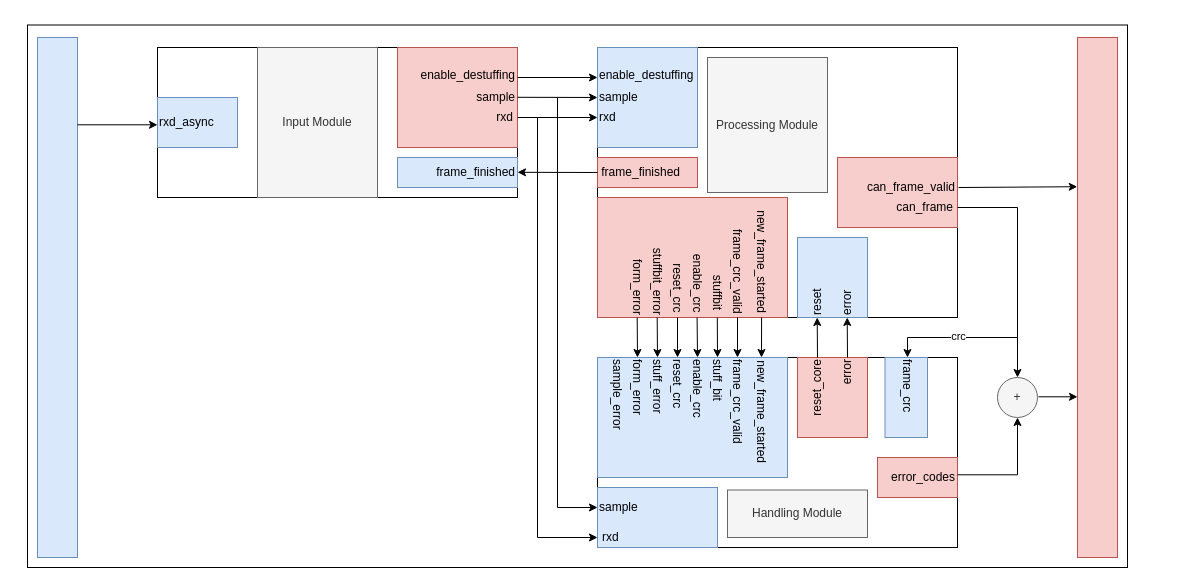
Above: content/functional_description/CAN_Core/drawio/CAN__Core_Overview.drawio in YellowPirat/documentation (draw.io), before the change. Source tidied: cells renumbered, new cells numbered last; positions are measured from the earlier drawing's top-left corner, leaving out a move shared by most shapes. Both pictures are drawn from the tidied source at 100%, with x=0, y=0 at pixel (27, 25).
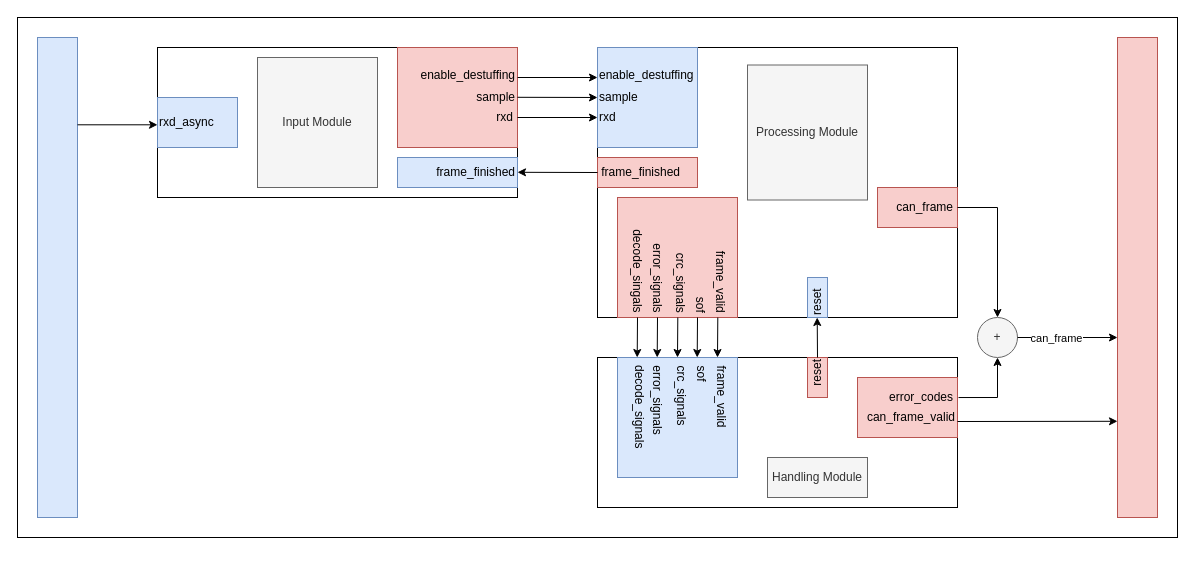
The same page after the edit.

What changed in the source:
```diff
@@
     <mxCell id="2" style="rounded=0;whiteSpace=wrap;html=1;" parent="1" vertex="1">
-      <mxGeometry y="-0.5" width="1100" height="542.5" as="geometry" />
+      <mxGeometry x="-10" y="-8" width="1160" height="520" as="geometry" />
     </mxCell>
     <mxCell id="3" style="rounded=0;whiteSpace=wrap;html=1;" parent="1" vertex="1">
-      <mxGeometry x="570" y="332" width="360" height="190" as="geometry" />
+      <mxGeometry x="570" y="332" width="360" height="150" as="geometry" />
     </mxCell>
     <mxCell id="4" style="rounded=0;whiteSpace=wrap;html=1;fillColor=#dae8fc;strokeColor=#6c8ebf;" parent="1" vertex="1">
-      <mxGeometry x="570" y="332" width="190" height="120" as="geometry" />
+      <mxGeometry x="590" y="332" width="120" height="120" as="geometry" />
     </mxCell>
@@
     <mxCell id="14" value="Input Module" style="rounded=0;whiteSpace=wrap;html=1;fillColor=#f5f5f5;fontColor=#333333;strokeColor=#666666;" parent="1" vertex="1">
-      <mxGeometry x="230" y="22" width="120" height="150" as="geometry" />
+      <mxGeometry x="230" y="32" width="120" height="130" as="geometry" />
     </mxCell>
@@
     <mxCell id="16" value="Processing Module" style="rounded=0;whiteSpace=wrap;html=1;fillColor=#f5f5f5;fontColor=#333333;strokeColor=#666666;" parent="1" vertex="1">
-      <mxGeometry x="680" y="32" width="120" height="135" as="geometry" />
+      <mxGeometry x="720" y="39.5" width="120" height="135" as="geometry" />
     </mxCell>
     <mxCell id="17" style="rounded=0;whiteSpace=wrap;html=1;fillColor=#f8cecc;strokeColor=#b85450;" parent="1" vertex="1">
-      <mxGeometry x="810" y="132" width="120" height="70" as="geometry" />
+      <mxGeometry x="850" y="162" width="80" height="40" as="geometry" />
     </mxCell>
@@
-    <mxCell id="19" value="can_frame_valid" style="text;strokeColor=none;align=right;fillColor=none;html=1;verticalAlign=middle;whiteSpace=wrap;rounded=0;" parent="1" vertex="1">
-      <mxGeometry x="815" y="152" width="115" height="20" as="geometry" />
-    </mxCell>
-    <mxCell id="20" style="rounded=0;whiteSpace=wrap;html=1;fillColor=#dae8fc;strokeColor=#6c8ebf;" parent="1" vertex="1">
-      <mxGeometry x="570" y="462" width="120" height="60" as="geometry" />
-    </mxCell>
-    <mxCell id="21" value="rxd" style="text;strokeColor=none;align=left;fillColor=none;html=1;verticalAlign=middle;whiteSpace=wrap;rounded=0;" parent="1" vertex="1">
-      <mxGeometry x="572.5" y="502" width="40" height="20" as="geometry" />
-    </mxCell>
     <mxCell id="22" value="Handling Module" style="rounded=0;whiteSpace=wrap;html=1;fillColor=#f5f5f5;fontColor=#333333;strokeColor=#666666;" parent="1" vertex="1">
-      <mxGeometry x="700" y="464.5" width="140" height="47.5" as="geometry" />
+      <mxGeometry x="740" y="432" width="100" height="40" as="geometry" />
     </mxCell>
     <mxCell id="23" style="rounded=0;whiteSpace=wrap;html=1;fillColor=#f8cecc;strokeColor=#b85450;" parent="1" vertex="1">
-      <mxGeometry x="850" y="432" width="80" height="40" as="geometry" />
+      <mxGeometry x="830" y="352" width="100" height="60" as="geometry" />
     </mxCell>
     <mxCell id="24" value="error_codes" style="text;strokeColor=none;align=right;fillColor=none;html=1;verticalAlign=middle;whiteSpace=wrap;rounded=0;" parent="1" vertex="1">
-      <mxGeometry x="850" y="442" width="80" height="20" as="geometry" />
+      <mxGeometry x="847.5" y="362" width="80" height="20" as="geometry" />
     </mxCell>
-    <mxCell id="25" value="sample" style="text;strokeColor=none;align=left;fillColor=none;html=1;verticalAlign=middle;whiteSpace=wrap;rounded=0;" parent="1" vertex="1">
-      <mxGeometry x="570" y="472" width="40" height="20" as="geometry" />
-    </mxCell>
-    <mxCell id="26" value="stuff_error" style="text;strokeColor=none;align=left;fillColor=none;html=1;verticalAlign=middle;whiteSpace=wrap;rounded=0;rotation=90;" parent="1" vertex="1">
-      <mxGeometry x="590" y="362" width="80" height="20" as="geometry" />
-    </mxCell>
-    <mxCell id="27" value="form_error" style="text;strokeColor=none;align=left;fillColor=none;html=1;verticalAlign=middle;whiteSpace=wrap;rounded=0;rotation=90;" parent="1" vertex="1">
-      <mxGeometry x="570" y="362" width="80" height="20" as="geometry" />
-    </mxCell>
-    <mxCell id="28" value="sample_error" style="text;strokeColor=none;align=left;fillColor=none;html=1;verticalAlign=middle;whiteSpace=wrap;rounded=0;rotation=90;" parent="1" vertex="1">
-      <mxGeometry x="550" y="362" width="80" height="20" as="geometry" />
-    </mxCell>
-    <mxCell id="29" value="reset_crc" style="text;strokeColor=none;align=left;fillColor=none;html=1;verticalAlign=middle;whiteSpace=wrap;rounded=0;rotation=90;" parent="1" vertex="1">
-      <mxGeometry x="610" y="362" width="80" height="20" as="geometry" />
-    </mxCell>
-    <mxCell id="30" value="enable_crc" style="text;strokeColor=none;align=left;fillColor=none;html=1;verticalAlign=middle;whiteSpace=wrap;rounded=0;rotation=90;" parent="1" vertex="1">
-      <mxGeometry x="630" y="362" width="80" height="20" as="geometry" />
-    </mxCell>
-    <mxCell id="31" value="frame_crc_valid" style="text;strokeColor=none;align=left;fillColor=none;html=1;verticalAlign=middle;whiteSpace=wrap;rounded=0;rotation=90;" parent="1" vertex="1">
-      <mxGeometry x="670" y="362" width="80" height="20" as="geometry" />
-    </mxCell>
-    <mxCell id="32" value="stuff_bit" style="text;strokeColor=none;align=left;fillColor=none;html=1;verticalAlign=middle;whiteSpace=wrap;rounded=0;rotation=90;" parent="1" vertex="1">
-      <mxGeometry x="650" y="362" width="80" height="20" as="geometry" />
-    </mxCell>
@@
     <mxCell id="40" style="rounded=0;whiteSpace=wrap;html=1;fillColor=#f8cecc;strokeColor=#b85450;" parent="1" vertex="1">
-      <mxGeometry x="570" y="172" width="190" height="120" as="geometry" />
+      <mxGeometry x="590" y="172" width="120" height="120" as="geometry" />
     </mxCell>
-    <mxCell id="41" value="form_error" style="text;strokeColor=none;align=right;fillColor=none;html=1;verticalAlign=middle;whiteSpace=wrap;rounded=0;rotation=90;" parent="1" vertex="1">
-      <mxGeometry x="570" y="242" width="80" height="20" as="geometry" />
-    </mxCell>
-    <mxCell id="42" style="endArrow=classic;html=1;rounded=0;" parent="1" edge="1">
-      <mxGeometry relative="1" as="geometry">
-        <mxPoint x="609.7" y="292" as="sourcePoint" />
-        <mxPoint x="610" y="332" as="targetPoint" />
-      </mxGeometry>
-    </mxCell>
-    <mxCell id="43" value="stuffbit_error" style="text;strokeColor=none;align=right;fillColor=none;html=1;verticalAlign=middle;whiteSpace=wrap;rounded=0;rotation=90;" parent="1" vertex="1">
-      <mxGeometry x="590" y="242" width="80" height="20" as="geometry" />
-    </mxCell>
-    <mxCell id="44" style="endArrow=classic;html=1;rounded=0;" parent="1" edge="1">
-      <mxGeometry relative="1" as="geometry">
-        <mxPoint x="629.7" y="292" as="sourcePoint" />
-        <mxPoint x="630" y="332" as="targetPoint" />
-      </mxGeometry>
-    </mxCell>
-    <mxCell id="45" value="reset_crc" style="text;strokeColor=none;align=right;fillColor=none;html=1;verticalAlign=middle;whiteSpace=wrap;rounded=0;rotation=90;" parent="1" vertex="1">
-      <mxGeometry x="592.5" y="222" width="115" height="20" as="geometry" />
-    </mxCell>
-    <mxCell id="46" style="endArrow=classic;html=1;rounded=0;" parent="1" edge="1">
-      <mxGeometry relative="1" as="geometry">
-        <mxPoint x="650" y="292" as="sourcePoint" />
-        <mxPoint x="650" y="332" as="targetPoint" />
-      </mxGeometry>
-    </mxCell>
-    <mxCell id="47" value="enable_crc" style="text;strokeColor=none;align=right;fillColor=none;html=1;verticalAlign=middle;whiteSpace=wrap;rounded=0;rotation=90;" parent="1" vertex="1">
-      <mxGeometry x="612.5" y="222" width="115" height="20" as="geometry" />
-    </mxCell>
-    <mxCell id="48" style="endArrow=classic;html=1;rounded=0;" parent="1" edge="1">
-      <mxGeometry relative="1" as="geometry">
-        <mxPoint x="669.6" y="292" as="sourcePoint" />
-        <mxPoint x="670" y="332" as="targetPoint" />
-      </mxGeometry>
-    </mxCell>
     <mxCell id="49" value="+" style="ellipse;whiteSpace=wrap;html=1;fillColor=#f5f5f5;fontColor=#333333;strokeColor=#666666;" parent="1" vertex="1">
-      <mxGeometry x="970" y="352" width="40" height="40" as="geometry" />
+      <mxGeometry x="950" y="292" width="40" height="40" as="geometry" />
     </mxCell>
-    <mxCell id="50" value="stuffbit" style="text;strokeColor=none;align=right;fillColor=none;html=1;verticalAlign=middle;whiteSpace=wrap;rounded=0;rotation=90;" parent="1" vertex="1">
-      <mxGeometry x="665" y="252" width="50" height="20" as="geometry" />
-    </mxCell>
-    <mxCell id="51" style="endArrow=classic;html=1;rounded=0;" parent="1" edge="1">
-      <mxGeometry relative="1" as="geometry">
-        <mxPoint x="689.8" y="292" as="sourcePoint" />
-        <mxPoint x="690" y="332" as="targetPoint" />
-      </mxGeometry>
-    </mxCell>
     <mxCell id="52" style="rounded=0;whiteSpace=wrap;html=1;fillColor=#f8cecc;strokeColor=#b85450;" parent="1" vertex="1">
-      <mxGeometry x="770" y="332" width="70" height="80" as="geometry" />
+      <mxGeometry x="780" y="332" width="20" height="40" as="geometry" />
     </mxCell>
-    <mxCell id="53" value="reset_core" style="text;strokeColor=none;align=right;fillColor=none;html=1;verticalAlign=middle;whiteSpace=wrap;rounded=0;rotation=-90;" parent="1" vertex="1">
-      <mxGeometry x="750" y="362" width="80" height="20" as="geometry" />
+    <mxCell id="53" value="reset" style="text;strokeColor=none;align=right;fillColor=none;html=1;verticalAlign=middle;whiteSpace=wrap;rounded=0;rotation=-90;" parent="1" vertex="1">
+      <mxGeometry x="770" y="342" width="40" height="20" as="geometry" />
     </mxCell>
     <mxCell id="54" style="rounded=0;whiteSpace=wrap;html=1;fillColor=#dae8fc;strokeColor=#6c8ebf;" parent="1" vertex="1">
-      <mxGeometry x="770" y="212" width="70" height="80" as="geometry" />
+      <mxGeometry x="780" y="252" width="20" height="40" as="geometry" />
     </mxCell>
@@
-    <mxCell id="57" value="error" style="text;strokeColor=none;align=right;fillColor=none;html=1;verticalAlign=middle;whiteSpace=wrap;rounded=0;rotation=-90;" parent="1" vertex="1">
-      <mxGeometry x="780" y="362" width="80" height="20" as="geometry" />
-    </mxCell>
-    <mxCell id="58" style="endArrow=classic;html=1;rounded=0;" parent="1" edge="1">
-      <mxGeometry relative="1" as="geometry">
-        <mxPoint x="820" y="332" as="sourcePoint" />
-        <mxPoint x="819.7" y="292" as="targetPoint" />
-      </mxGeometry>
-    </mxCell>
-    <mxCell id="59" value="error" style="text;strokeColor=none;align=left;fillColor=none;html=1;verticalAlign=middle;whiteSpace=wrap;rounded=0;rotation=-90;" parent="1" vertex="1">
-      <mxGeometry x="780" y="242" width="80" height="20" as="geometry" />
-    </mxCell>
-    <mxCell id="60" value="frame_crc_valid" style="text;strokeColor=none;align=left;fillColor=none;html=1;verticalAlign=middle;whiteSpace=wrap;rounded=0;rotation=90;" parent="1" vertex="1">
-      <mxGeometry x="670" y="232" width="80" height="20" as="geometry" />
-    </mxCell>
-    <mxCell id="61" style="endArrow=classic;html=1;rounded=0;" parent="1" edge="1">
-      <mxGeometry relative="1" as="geometry">
-        <mxPoint x="710" y="292" as="sourcePoint" />
-        <mxPoint x="710" y="332" as="targetPoint" />
-      </mxGeometry>
-    </mxCell>
-    <mxCell id="62" value="new_frame_started" style="text;strokeColor=none;align=right;fillColor=none;html=1;verticalAlign=middle;whiteSpace=wrap;rounded=0;rotation=90;" parent="1" vertex="1">
-      <mxGeometry x="677" y="222" width="115" height="20" as="geometry" />
-    </mxCell>
-    <mxCell id="63" value="new_frame_started" style="text;strokeColor=none;align=right;fillColor=none;html=1;verticalAlign=middle;whiteSpace=wrap;rounded=0;rotation=90;" parent="1" vertex="1">
-      <mxGeometry x="677" y="372" width="115" height="20" as="geometry" />
+    <mxCell id="63" value="decode_singals" style="text;strokeColor=none;align=right;fillColor=none;html=1;verticalAlign=middle;whiteSpace=wrap;rounded=0;rotation=90;" parent="1" vertex="1">
+      <mxGeometry x="566.2" y="235.8" width="87.5" height="20" as="geometry" />
     </mxCell>
-    <mxCell id="64" style="endArrow=classic;html=1;rounded=0;" parent="1" edge="1">
-      <mxGeometry relative="1" as="geometry">
-        <mxPoint x="734.1" y="292" as="sourcePoint" />
-        <mxPoint x="734" y="332" as="targetPoint" />
-      </mxGeometry>
-    </mxCell>
     <mxCell id="65" style="endArrow=classic;html=1;rounded=0;entryX=0.5;entryY=0;entryDx=0;entryDy=0;" parent="1" edge="1" target="49">
       <mxGeometry relative="1" as="geometry">
         <mxPoint x="930" y="182" as="sourcePoint" />
         <Array as="points">
-          <mxPoint x="990" y="182" />
+          <mxPoint x="970" y="182" />
         </Array>
       </mxGeometry>
     </mxCell>
-    <mxCell id="66" style="endArrow=classic;html=1;rounded=0;exitX=1;exitY=0.5;exitDx=0;exitDy=0;entryX=0.5;entryY=1;entryDx=0;entryDy=0;" parent="1" edge="1" target="49">
+    <mxCell id="66" style="endArrow=classic;html=1;rounded=0;exitX=1.01;exitY=0.334;exitDx=0;exitDy=0;entryX=0.5;entryY=1;entryDx=0;entryDy=0;exitPerimeter=0;" parent="1" edge="1" source="23" target="49">
       <mxGeometry relative="1" as="geometry">
-        <mxPoint x="930" y="449.3" as="sourcePoint" />
         <Array as="points">
-          <mxPoint x="990" y="449.3" />
+          <mxPoint x="970" y="372" />
         </Array>
       </mxGeometry>
     </mxCell>
-    <mxCell id="67" style="rounded=0;whiteSpace=wrap;html=1;fillColor=#dae8fc;strokeColor=#6c8ebf;" parent="1" vertex="1">
-      <mxGeometry x="857.5" y="332" width="42.5" height="80" as="geometry" />
-    </mxCell>
-    <mxCell id="68" value="frame_crc" style="text;strokeColor=none;align=left;fillColor=none;html=1;verticalAlign=middle;whiteSpace=wrap;rounded=0;rotation=90;" parent="1" vertex="1">
-      <mxGeometry x="840" y="362" width="80" height="20" as="geometry" />
-    </mxCell>
-    <mxCell id="69" style="endArrow=classic;html=1;rounded=0;entryX=0;entryY=0.5;entryDx=0;entryDy=0;" parent="1" edge="1" target="68">
-      <mxGeometry relative="1" as="geometry">
-        <mxPoint x="990" y="312" as="sourcePoint" />
-        <Array as="points">
-          <mxPoint x="880" y="312" />
-        </Array>
-      </mxGeometry>
-    </mxCell>
-    <mxCell id="70" value="crc" style="edgeLabel;html=1;align=center;verticalAlign=middle;" parent="69" vertex="1">
-      <mxGeometry x="-0.08" y="-2" relative="1" as="geometry" />
-    </mxCell>
@@
-    <mxCell id="74" style="endArrow=classic;html=1;rounded=0;" parent="1" edge="1">
-      <mxGeometry relative="1" as="geometry">
-        <mxPoint x="530" y="72" as="sourcePoint" />
-        <mxPoint x="570" y="482" as="targetPoint" />
-        <Array as="points">
-          <mxPoint x="530" y="482" />
-        </Array>
-      </mxGeometry>
-    </mxCell>
-    <mxCell id="75" style="endArrow=classic;html=1;rounded=0;" parent="1" edge="1">
-      <mxGeometry relative="1" as="geometry">
-        <mxPoint x="510" y="92" as="sourcePoint" />
-        <mxPoint x="570" y="512" as="targetPoint" />
-        <Array as="points">
-          <mxPoint x="510" y="512" />
-        </Array>
-      </mxGeometry>
-    </mxCell>
     <mxCell id="76" style="rounded=0;whiteSpace=wrap;html=1;fillColor=#dae8fc;strokeColor=#6c8ebf;" parent="1" vertex="1">
-      <mxGeometry x="10" y="12" width="40" height="520" as="geometry" />
+      <mxGeometry x="10" y="12" width="40" height="480" as="geometry" />
     </mxCell>
-    <mxCell id="77" style="rounded=0;whiteSpace=wrap;html=1;fillColor=#f8cecc;strokeColor=#b85450;" parent="1" vertex="1">
-      <mxGeometry x="1050" y="12" width="40" height="520" as="geometry" />
-    </mxCell>
@@
-    <mxCell id="79" style="endArrow=classic;html=1;rounded=0;" parent="1" edge="1">
+    <mxCell id="79" style="endArrow=classic;html=1;rounded=0;entryX=0;entryY=0.738;entryDx=0;entryDy=0;entryPerimeter=0;" parent="1" edge="1">
       <mxGeometry relative="1" as="geometry">
-        <mxPoint x="1011" y="371.3" as="sourcePoint" />
-        <mxPoint x="1050" y="371.3" as="targetPoint" />
+        <mxPoint x="930" y="396" as="sourcePoint" />
+        <mxPoint x="1090" y="395.8" as="targetPoint" />
       </mxGeometry>
     </mxCell>
-    <mxCell id="80" style="endArrow=classic;html=1;rounded=0;entryX=-0.006;entryY=0.287;entryDx=0;entryDy=0;entryPerimeter=0;" parent="1" edge="1" target="77">
-      <mxGeometry relative="1" as="geometry">
-        <mxPoint x="931" y="162" as="sourcePoint" />
-      </mxGeometry>
-    </mxCell>
+    <mxCell id="81" value="error_signals" style="text;strokeColor=none;align=right;fillColor=none;html=1;verticalAlign=middle;whiteSpace=wrap;rounded=0;rotation=90;" parent="1" vertex="1">
+      <mxGeometry x="586.2" y="235.8" width="87.5" height="20" as="geometry" />
+    </mxCell>
+    <mxCell id="82" value="crc_signals" style="text;strokeColor=none;align=right;fillColor=none;html=1;verticalAlign=middle;whiteSpace=wrap;rounded=0;rotation=90;" parent="1" vertex="1">
+      <mxGeometry x="610" y="235.8" width="87.5" height="20" as="geometry" />
+    </mxCell>
+    <mxCell id="83" value="sof" style="text;strokeColor=none;align=right;fillColor=none;html=1;verticalAlign=middle;whiteSpace=wrap;rounded=0;rotation=90;" parent="1" vertex="1">
+      <mxGeometry x="630" y="235.8" width="87.5" height="20" as="geometry" />
+    </mxCell>
+    <mxCell id="84" value="frame_valid" style="text;strokeColor=none;align=right;fillColor=none;html=1;verticalAlign=middle;whiteSpace=wrap;rounded=0;rotation=90;" parent="1" vertex="1">
+      <mxGeometry x="650" y="235.8" width="87.5" height="20" as="geometry" />
+    </mxCell>
+    <mxCell id="85" style="endArrow=classic;html=1;rounded=0;" parent="1" edge="1">
+      <mxGeometry relative="1" as="geometry">
+        <mxPoint x="610" y="292" as="sourcePoint" />
+        <mxPoint x="609.7" y="332" as="targetPoint" />
+      </mxGeometry>
+    </mxCell>
+    <mxCell id="86" style="endArrow=classic;html=1;rounded=0;" parent="1" edge="1">
+      <mxGeometry relative="1" as="geometry">
+        <mxPoint x="630" y="292" as="sourcePoint" />
+        <mxPoint x="629.7" y="332" as="targetPoint" />
+      </mxGeometry>
+    </mxCell>
+    <mxCell id="87" style="endArrow=classic;html=1;rounded=0;" parent="1" edge="1">
+      <mxGeometry relative="1" as="geometry">
+        <mxPoint x="650.3" y="292" as="sourcePoint" />
+        <mxPoint x="650" y="332" as="targetPoint" />
+      </mxGeometry>
+    </mxCell>
+    <mxCell id="88" style="endArrow=classic;html=1;rounded=0;" parent="1" edge="1">
+      <mxGeometry relative="1" as="geometry">
+        <mxPoint x="670" y="292" as="sourcePoint" />
+        <mxPoint x="669.7" y="332" as="targetPoint" />
+      </mxGeometry>
+    </mxCell>
+    <mxCell id="89" style="endArrow=classic;html=1;rounded=0;" parent="1" edge="1">
+      <mxGeometry relative="1" as="geometry">
+        <mxPoint x="690.3" y="292" as="sourcePoint" />
+        <mxPoint x="690" y="332" as="targetPoint" />
+      </mxGeometry>
+    </mxCell>
+    <mxCell id="90" value="frame_valid" style="text;strokeColor=none;align=left;fillColor=none;html=1;verticalAlign=middle;whiteSpace=wrap;rounded=0;rotation=90;" parent="1" vertex="1">
+      <mxGeometry x="650" y="372" width="87.5" height="20" as="geometry" />
+    </mxCell>
+    <mxCell id="91" value="sof" style="text;strokeColor=none;align=left;fillColor=none;html=1;verticalAlign=middle;whiteSpace=wrap;rounded=0;rotation=90;" parent="1" vertex="1">
+      <mxGeometry x="630" y="372" width="87.5" height="20" as="geometry" />
+    </mxCell>
+    <mxCell id="92" value="crc_signals" style="text;strokeColor=none;align=left;fillColor=none;html=1;verticalAlign=middle;whiteSpace=wrap;rounded=0;rotation=90;" parent="1" vertex="1">
+      <mxGeometry x="610" y="372" width="87.5" height="20" as="geometry" />
+    </mxCell>
+    <mxCell id="93" value="error_signals" style="text;strokeColor=none;align=left;fillColor=none;html=1;verticalAlign=middle;whiteSpace=wrap;rounded=0;rotation=90;" parent="1" vertex="1">
+      <mxGeometry x="586.2" y="372" width="87.5" height="20" as="geometry" />
+    </mxCell>
+    <mxCell id="94" value="decode_signals" style="text;strokeColor=none;align=left;fillColor=none;html=1;verticalAlign=middle;whiteSpace=wrap;rounded=0;rotation=90;" parent="1" vertex="1">
+      <mxGeometry x="567.5" y="372" width="87.5" height="20" as="geometry" />
+    </mxCell>
+    <mxCell id="19" value="can_frame_valid" style="text;strokeColor=none;align=right;fillColor=none;html=1;verticalAlign=middle;whiteSpace=wrap;rounded=0;" parent="1" vertex="1">
+      <mxGeometry x="815" y="382" width="115" height="20" as="geometry" />
+    </mxCell>
+    <mxCell id="95" style="endArrow=classic;html=1;rounded=0;entryX=0;entryY=0.577;entryDx=0;entryDy=0;entryPerimeter=0;" parent="1" edge="1">
+      <mxGeometry relative="1" as="geometry">
+        <mxPoint x="990" y="312" as="sourcePoint" />
+        <mxPoint x="1090" y="312" as="targetPoint" />
+      </mxGeometry>
+    </mxCell>
+    <mxCell id="96" value="can_frame" style="edgeLabel;html=1;align=center;verticalAlign=middle;" parent="95" vertex="1">
+      <mxGeometry x="-0.24" relative="1" as="geometry" />
+    </mxCell>
+    <mxCell id="97" style="rounded=0;whiteSpace=wrap;html=1;fillColor=#f8cecc;strokeColor=#b85450;" parent="1" vertex="1">
+      <mxGeometry x="1090" y="12" width="40" height="480" as="geometry" />
+    </mxCell>
```
